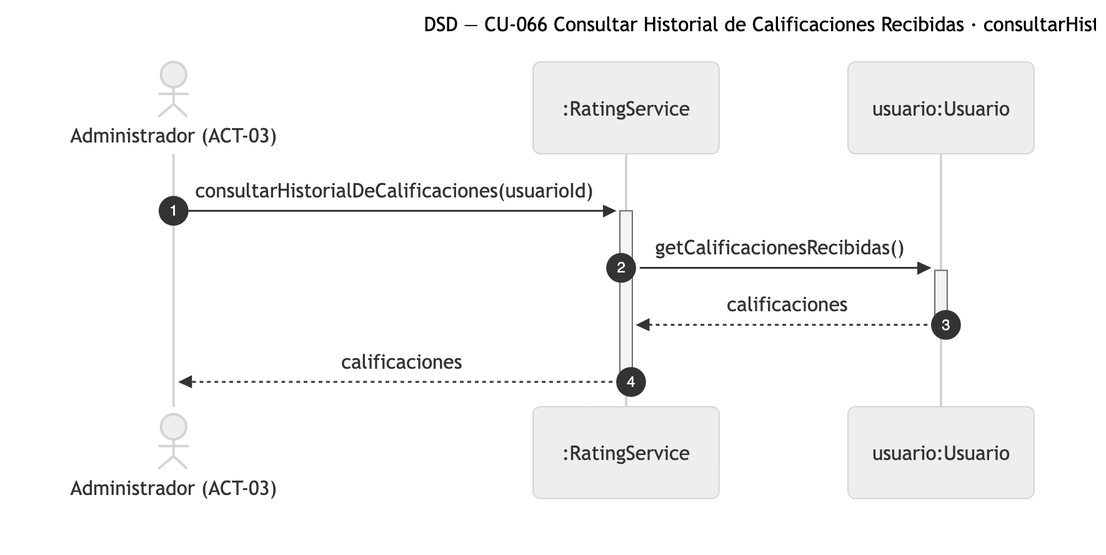
The Mermaid diagram diagramas/png/DSD_CU-066_consultarHistorialDeCalificaciones.png in Nahuelito-Dev/splg-docs, before a commit. Its source is kept beside it as diagramas/DSD_CU-066_consultarHistorialDeCalificaciones.mmd. Source of this version:
```mermaid
sequenceDiagram
    title DSD — CU-066 Consultar Historial de Calificaciones Recibidas · consultarHistorialDeCalificaciones
    autonumber
    actor ADM as Administrador (ACT-03)
    participant SRV as :RatingService
    participant USU as usuario:Usuario

    ADM->>+SRV: consultarHistorialDeCalificaciones(usuarioId)
    SRV->>+USU: getCalificacionesRecibidas()
    USU-->>-SRV: calificaciones
    SRV-->>-ADM: calificaciones
```
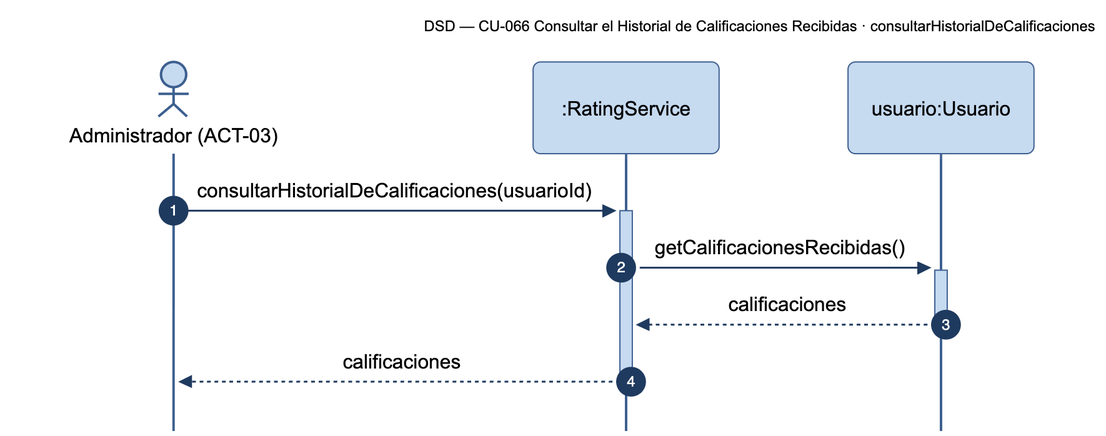
Above is the later version.

Change to the diagram source:
```diff
@@ -1,5 +1,5 @@
 sequenceDiagram
-    title DSD — CU-066 Consultar Historial de Calificaciones Recibidas · consultarHistorialDeCalificaciones
+    title DSD — CU-066 Consultar el Historial de Calificaciones Recibidas · consultarHistorialDeCalificaciones
     autonumber
     actor ADM as Administrador (ACT-03)
     participant SRV as :RatingService
```
